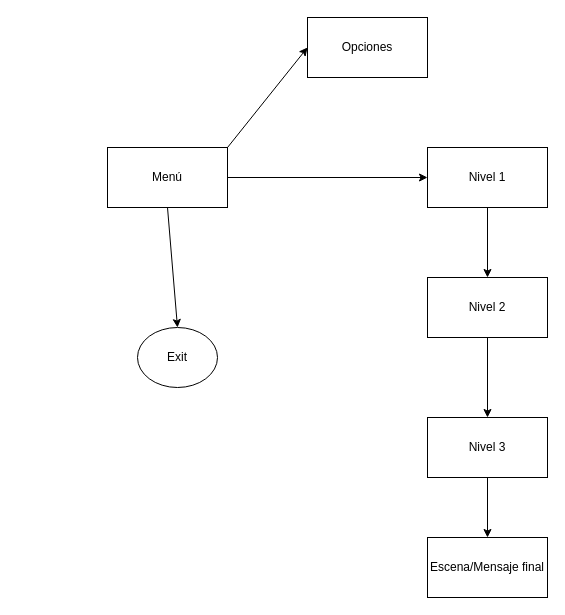
The draw.io diagram Diagramas/Diagrama transición de escenas.drawio in Diego-a-lopez/Practica_CIIE_3D, before the edit. Source tidied: cells renumbered, new cells numbered last; positions are measured from the earlier drawing's top-left corner, leaving out a move shared by most shapes. Both pictures are drawn from the tidied source at 100%, with x=0, y=0 at pixel (107, 17).
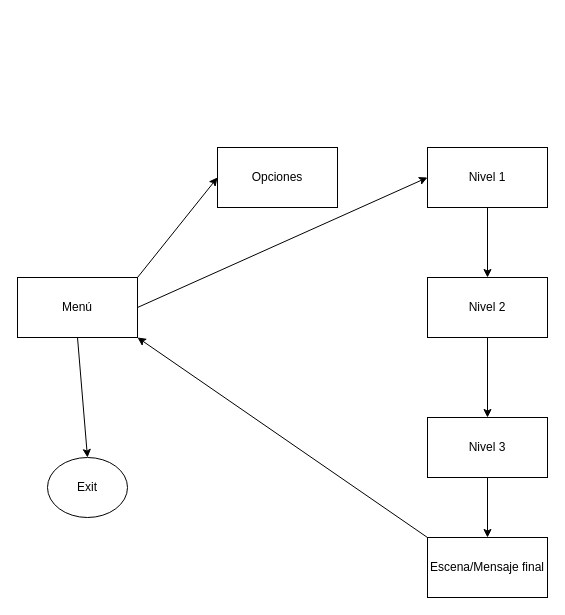
Above is the later version.

Commit message (it also covers changes not shown here):
Diagrama de clases

What changed in the source:
```diff
@@
 <mxGraphModel>
   <root>
     <mxCell id="0" />
     <mxCell id="1" parent="0" />
     <mxCell id="2" value="Menú" style="rounded=0;whiteSpace=wrap;html=1;" parent="1" vertex="1">
-      <mxGeometry y="130" width="120" height="60" as="geometry" />
+      <mxGeometry x="-90" y="260" width="120" height="60" as="geometry" />
     </mxCell>
     <mxCell id="3" value="Opciones" style="rounded=0;whiteSpace=wrap;html=1;" parent="1" vertex="1">
-      <mxGeometry x="200" width="120" height="60" as="geometry" />
+      <mxGeometry x="110" y="130" width="120" height="60" as="geometry" />
     </mxCell>
     <mxCell id="4" value="Exit" style="ellipse;whiteSpace=wrap;html=1;" parent="1" vertex="1">
-      <mxGeometry x="30" y="310" width="80" height="60" as="geometry" />
+      <mxGeometry x="-60" y="440" width="80" height="60" as="geometry" />
     </mxCell>
     <mxCell id="5" value="Nivel 1" style="rounded=0;whiteSpace=wrap;html=1;" parent="1" vertex="1">
       <mxGeometry x="320" y="130" width="120" height="60" as="geometry" />
     </mxCell>
     <mxCell id="6" value="Nivel 2" style="rounded=0;whiteSpace=wrap;html=1;" parent="1" vertex="1">
       <mxGeometry x="320" y="260" width="120" height="60" as="geometry" />
     </mxCell>
     <mxCell id="7" value="Nivel 3" style="rounded=0;whiteSpace=wrap;html=1;" parent="1" vertex="1">
       <mxGeometry x="320" y="400" width="120" height="60" as="geometry" />
     </mxCell>
     <mxCell id="8" style="endArrow=classic;html=1;rounded=0;exitX=1;exitY=0.5;exitDx=0;exitDy=0;entryX=0;entryY=0.5;entryDx=0;entryDy=0;" parent="1" edge="1" source="2" target="5">
       <mxGeometry relative="1" as="geometry" />
     </mxCell>
     <mxCell id="9" style="endArrow=classic;html=1;rounded=0;exitX=0.5;exitY=1;exitDx=0;exitDy=0;entryX=0.5;entryY=0;entryDx=0;entryDy=0;" parent="1" edge="1" source="2" target="4">
       <mxGeometry relative="1" as="geometry" />
     </mxCell>
     <mxCell id="10" style="endArrow=classic;html=1;rounded=0;entryX=0.5;entryY=0;entryDx=0;entryDy=0;exitX=0.5;exitY=1;exitDx=0;exitDy=0;" parent="1" edge="1" source="5" target="6">
       <mxGeometry relative="1" as="geometry" />
     </mxCell>
     <mxCell id="11" style="endArrow=classic;html=1;rounded=0;entryX=0.5;entryY=0;entryDx=0;entryDy=0;exitX=0.5;exitY=1;exitDx=0;exitDy=0;" parent="1" edge="1" source="6" target="7">
       <mxGeometry relative="1" as="geometry" />
     </mxCell>
     <mxCell id="12" style="endArrow=classic;html=1;rounded=0;entryX=0;entryY=0.5;entryDx=0;entryDy=0;exitX=1;exitY=0;exitDx=0;exitDy=0;" parent="1" edge="1" source="2" target="3">
       <mxGeometry relative="1" as="geometry" />
     </mxCell>
     <mxCell id="13" value="Escena/Mensaje final" style="rounded=0;whiteSpace=wrap;html=1;" parent="1" vertex="1">
       <mxGeometry x="320" y="520" width="120" height="60" as="geometry" />
     </mxCell>
     <mxCell id="14" style="endArrow=classic;html=1;rounded=0;exitX=0.5;exitY=1;exitDx=0;exitDy=0;entryX=0.5;entryY=0;entryDx=0;entryDy=0;" parent="1" edge="1" source="7" target="13">
       <mxGeometry relative="1" as="geometry" />
     </mxCell>
+    <mxCell id="15" style="endArrow=classic;html=1;rounded=0;exitX=0;exitY=0;exitDx=0;exitDy=0;entryX=1;entryY=1;entryDx=0;entryDy=0;" parent="1" edge="1" source="13" target="2">
+      <mxGeometry relative="1" as="geometry" />
+    </mxCell>
   </root>
 </mxGraphModel>
```
